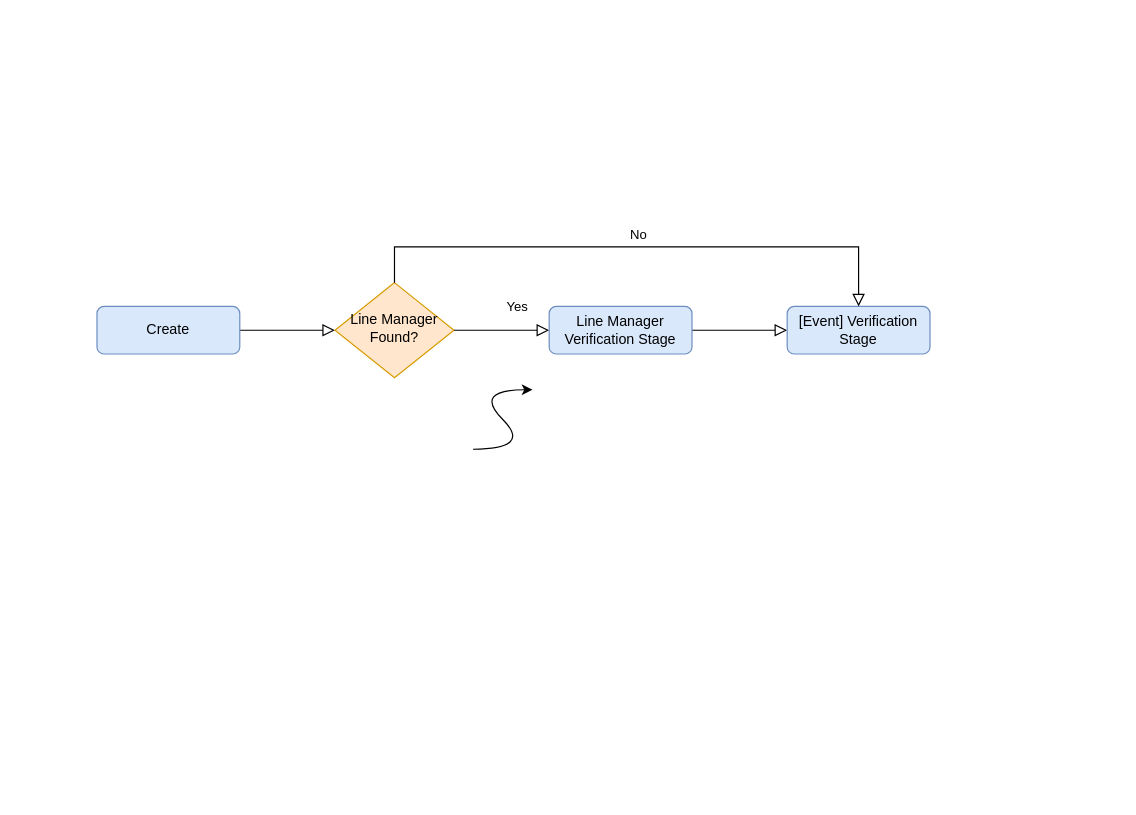
The draw.io diagram Event_management_matrix_notifications.drawio in MassiveSnake/draw_io_flowcharts, before the edit. Source tidied: cells renumbered, new cells numbered last; positions are measured from the earlier drawing's top-left corner, leaving out a move shared by most shapes. Both pictures are drawn from the tidied source at 119%, with x=0, y=0 at pixel (96, 246).
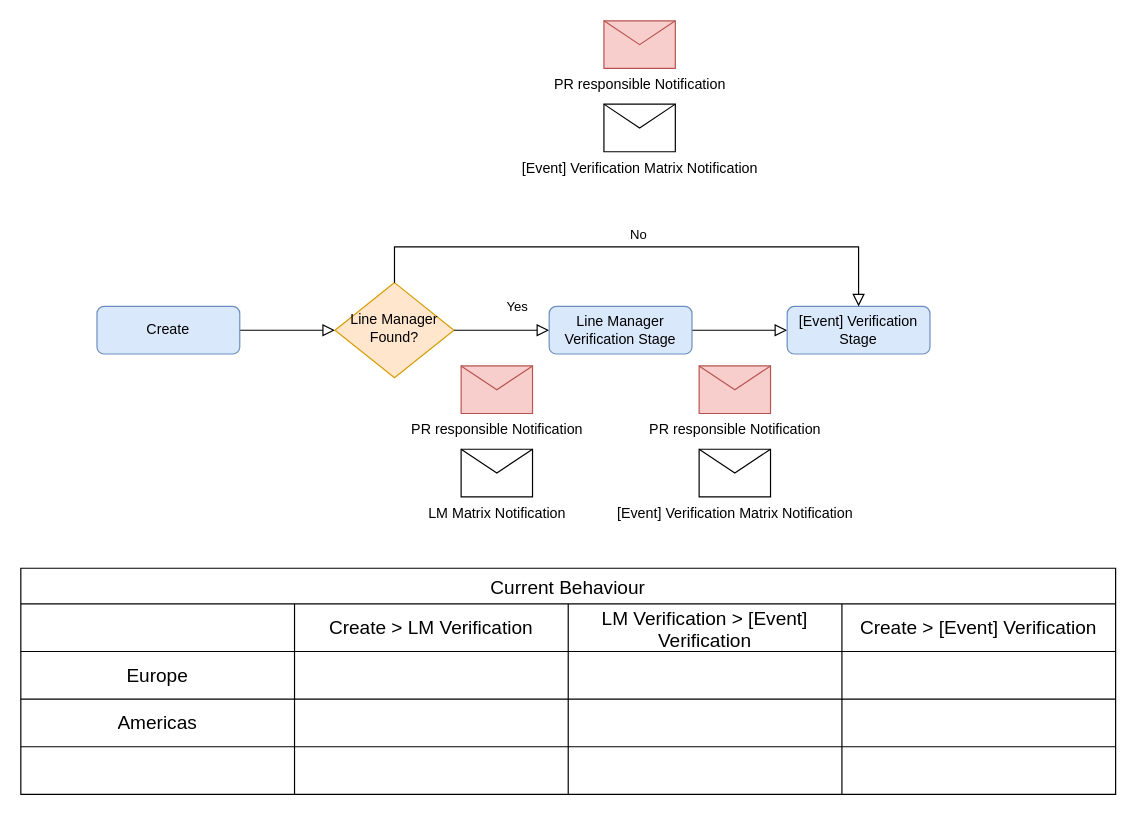
After the change.

The edit, as a diff of the source:
```diff
@@
-    <mxCell id="10" style="curved=1;endArrow=classic;html=1;rounded=0;" parent="1" edge="1">
-      <mxGeometry relative="1" as="geometry">
-        <mxPoint x="316" y="170" as="sourcePoint" />
-        <mxPoint x="366" y="120" as="targetPoint" />
-        <Array as="points">
-          <mxPoint x="366" y="170" />
-          <mxPoint x="316" y="120" />
-        </Array>
-      </mxGeometry>
-    </mxCell>
+    <mxCell id="11" value="LM Matrix Notification" style="shape=message;html=1;html=1;labelPosition=center;verticalLabelPosition=bottom;align=center;verticalAlign=top;" parent="1" vertex="1">
+      <mxGeometry x="306" y="170" width="60" height="40" as="geometry" />
+    </mxCell>
+    <mxCell id="12" value="[Event] Verification Matrix Notification" style="shape=message;html=1;html=1;labelPosition=center;verticalLabelPosition=bottom;align=center;verticalAlign=top;" parent="1" vertex="1">
+      <mxGeometry x="506" y="170" width="60" height="40" as="geometry" />
+    </mxCell>
+    <mxCell id="13" value="[Event] Verification Matrix Notification" style="shape=message;html=1;html=1;labelPosition=center;verticalLabelPosition=bottom;align=center;verticalAlign=top;" parent="1" vertex="1">
+      <mxGeometry x="426" y="-120" width="60" height="40" as="geometry" />
+    </mxCell>
+    <mxCell id="14" value="PR responsible Notification&lt;br&gt;" style="shape=message;html=1;html=1;labelPosition=center;verticalLabelPosition=bottom;align=center;verticalAlign=top;fillColor=#f8cecc;strokeColor=#b85450;" parent="1" vertex="1">
+      <mxGeometry x="306" y="100" width="60" height="40" as="geometry" />
+    </mxCell>
+    <mxCell id="15" value="PR responsible Notification&lt;br&gt;" style="shape=message;html=1;html=1;labelPosition=center;verticalLabelPosition=bottom;align=center;verticalAlign=top;fillColor=#f8cecc;strokeColor=#b85450;" parent="1" vertex="1">
+      <mxGeometry x="506" y="100" width="60" height="40" as="geometry" />
+    </mxCell>
+    <mxCell id="16" value="PR responsible Notification&lt;br&gt;" style="shape=message;html=1;html=1;labelPosition=center;verticalLabelPosition=bottom;align=center;verticalAlign=top;fillColor=#f8cecc;strokeColor=#b85450;" parent="1" vertex="1">
+      <mxGeometry x="426" y="-190" width="60" height="40" as="geometry" />
+    </mxCell>
+    <mxCell id="17" value="Current Behaviour" style="shape=table;startSize=30;childLayout=tableLayout;strokeColor=default;fontSize=16;" parent="1" vertex="1">
+      <mxGeometry x="-64" y="270" width="920" height="190" as="geometry" />
+    </mxCell>
+    <mxCell id="18" style="shape=tableRow;horizontal=0;startSize=0;swimlaneHead=0;swimlaneBody=0;strokeColor=inherit;top=0;left=0;bottom=0;right=0;fillColor=none;fontSize=16;" parent="17" vertex="1">
+      <mxGeometry y="30" width="920" height="40" as="geometry" />
+    </mxCell>
+    <mxCell id="19" style="shape=partialRectangle;html=1;whiteSpace=wrap;strokeColor=inherit;overflow=hidden;fillColor=none;top=0;left=0;bottom=0;right=0;fontSize=16;fontStyle=1;" parent="18" vertex="1">
+      <mxGeometry width="230" height="40" as="geometry" />
+    </mxCell>
+    <mxCell id="20" value="Create &amp;gt; LM Verification" style="shape=partialRectangle;html=1;whiteSpace=wrap;strokeColor=inherit;overflow=hidden;fillColor=none;top=0;left=0;bottom=0;right=0;fontSize=16;" parent="18" vertex="1">
+      <mxGeometry x="230" width="230" height="40" as="geometry" />
+    </mxCell>
+    <mxCell id="21" value="LM Verification &amp;gt; [Event] Verification" style="shape=partialRectangle;html=1;whiteSpace=wrap;strokeColor=inherit;overflow=hidden;fillColor=none;top=0;left=0;bottom=0;right=0;fontSize=16;" parent="18" vertex="1">
+      <mxGeometry x="460" width="230" height="40" as="geometry" />
+    </mxCell>
+    <mxCell id="22" value="Create &amp;gt; [Event] Verification" style="shape=partialRectangle;html=1;whiteSpace=wrap;strokeColor=inherit;overflow=hidden;fillColor=none;top=0;left=0;bottom=0;right=0;fontSize=16;" parent="18" vertex="1">
+      <mxGeometry x="690" width="230" height="40" as="geometry" />
+    </mxCell>
+    <mxCell id="23" style="shape=tableRow;horizontal=0;startSize=0;swimlaneHead=0;swimlaneBody=0;strokeColor=inherit;top=0;left=0;bottom=0;right=0;fillColor=none;fontSize=16;" parent="17" vertex="1">
+      <mxGeometry y="70" width="920" height="40" as="geometry" />
+    </mxCell>
+    <mxCell id="24" value="Europe" style="shape=partialRectangle;html=1;whiteSpace=wrap;strokeColor=inherit;overflow=hidden;fillColor=none;top=0;left=0;bottom=0;right=0;fontSize=16;" parent="23" vertex="1">
+      <mxGeometry width="230" height="40" as="geometry" />
+    </mxCell>
+    <mxCell id="25" style="shape=partialRectangle;html=1;whiteSpace=wrap;strokeColor=inherit;overflow=hidden;fillColor=none;top=0;left=0;bottom=0;right=0;fontSize=16;" parent="23" vertex="1">
+      <mxGeometry x="230" width="230" height="40" as="geometry" />
+    </mxCell>
+    <mxCell id="26" style="shape=partialRectangle;html=1;whiteSpace=wrap;strokeColor=inherit;overflow=hidden;fillColor=none;top=0;left=0;bottom=0;right=0;fontSize=16;" parent="23" vertex="1">
+      <mxGeometry x="460" width="230" height="40" as="geometry" />
+    </mxCell>
+    <mxCell id="27" style="shape=partialRectangle;html=1;whiteSpace=wrap;strokeColor=inherit;overflow=hidden;fillColor=none;top=0;left=0;bottom=0;right=0;fontSize=16;" parent="23" vertex="1">
+      <mxGeometry x="690" width="230" height="40" as="geometry" />
+    </mxCell>
+    <mxCell id="28" style="shape=tableRow;horizontal=0;startSize=0;swimlaneHead=0;swimlaneBody=0;strokeColor=inherit;top=0;left=0;bottom=0;right=0;fillColor=none;fontSize=16;" parent="17" vertex="1">
+      <mxGeometry y="110" width="920" height="40" as="geometry" />
+    </mxCell>
+    <mxCell id="29" value="Americas" style="shape=partialRectangle;html=1;whiteSpace=wrap;strokeColor=inherit;overflow=hidden;fillColor=none;top=0;left=0;bottom=0;right=0;fontSize=16;" parent="28" vertex="1">
+      <mxGeometry width="230" height="40" as="geometry" />
+    </mxCell>
+    <mxCell id="30" style="shape=partialRectangle;html=1;whiteSpace=wrap;strokeColor=inherit;overflow=hidden;fillColor=none;top=0;left=0;bottom=0;right=0;fontSize=16;" parent="28" vertex="1">
+      <mxGeometry x="230" width="230" height="40" as="geometry" />
+    </mxCell>
+    <mxCell id="31" style="shape=partialRectangle;html=1;whiteSpace=wrap;strokeColor=inherit;overflow=hidden;fillColor=none;top=0;left=0;bottom=0;right=0;fontSize=16;" parent="28" vertex="1">
+      <mxGeometry x="460" width="230" height="40" as="geometry" />
+    </mxCell>
+    <mxCell id="32" style="shape=partialRectangle;html=1;whiteSpace=wrap;strokeColor=inherit;overflow=hidden;fillColor=none;top=0;left=0;bottom=0;right=0;fontSize=16;" parent="28" vertex="1">
+      <mxGeometry x="690" width="230" height="40" as="geometry" />
+    </mxCell>
+    <mxCell id="33" style="shape=tableRow;horizontal=0;startSize=0;swimlaneHead=0;swimlaneBody=0;strokeColor=inherit;top=0;left=0;bottom=0;right=0;fillColor=none;fontSize=16;" parent="17" vertex="1">
+      <mxGeometry y="150" width="920" height="40" as="geometry" />
+    </mxCell>
+    <mxCell id="34" style="shape=partialRectangle;html=1;whiteSpace=wrap;strokeColor=inherit;overflow=hidden;fillColor=none;top=0;left=0;bottom=0;right=0;fontSize=16;" parent="33" vertex="1">
+      <mxGeometry width="230" height="40" as="geometry" />
+    </mxCell>
+    <mxCell id="35" style="shape=partialRectangle;html=1;whiteSpace=wrap;strokeColor=inherit;overflow=hidden;fillColor=none;top=0;left=0;bottom=0;right=0;fontSize=16;" parent="33" vertex="1">
+      <mxGeometry x="230" width="230" height="40" as="geometry" />
+    </mxCell>
+    <mxCell id="36" style="shape=partialRectangle;html=1;whiteSpace=wrap;strokeColor=inherit;overflow=hidden;fillColor=none;top=0;left=0;bottom=0;right=0;fontSize=16;" parent="33" vertex="1">
+      <mxGeometry x="460" width="230" height="40" as="geometry" />
+    </mxCell>
+    <mxCell id="37" style="shape=partialRectangle;html=1;whiteSpace=wrap;strokeColor=inherit;overflow=hidden;fillColor=none;top=0;left=0;bottom=0;right=0;fontSize=16;" parent="33" vertex="1">
+      <mxGeometry x="690" width="230" height="40" as="geometry" />
+    </mxCell>
```
